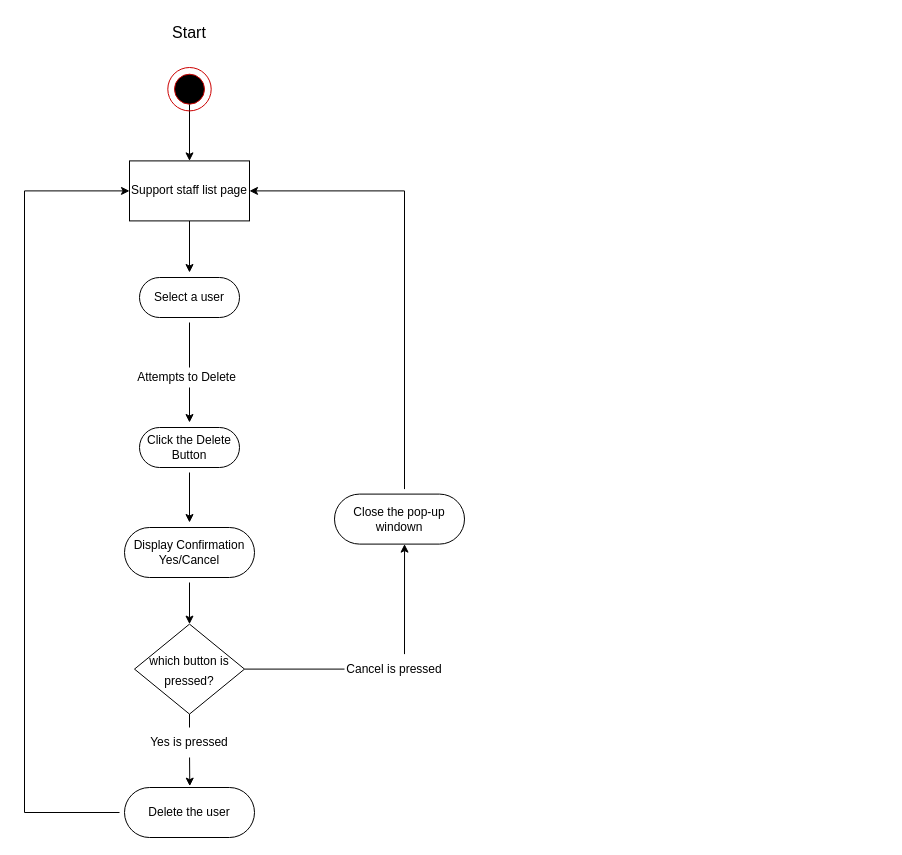
The draw.io diagram Activity_Diagrams/Support/DeleteSupportStaffAccount.drawio in Awrmani/AutoQuotes, before the edit. Source tidied: cells renumbered, new cells numbered last; positions are measured from the earlier drawing's top-left corner, leaving out a move shared by most shapes. Both pictures are drawn from the tidied source at 100%, with x=0, y=0 at pixel (24, 17).
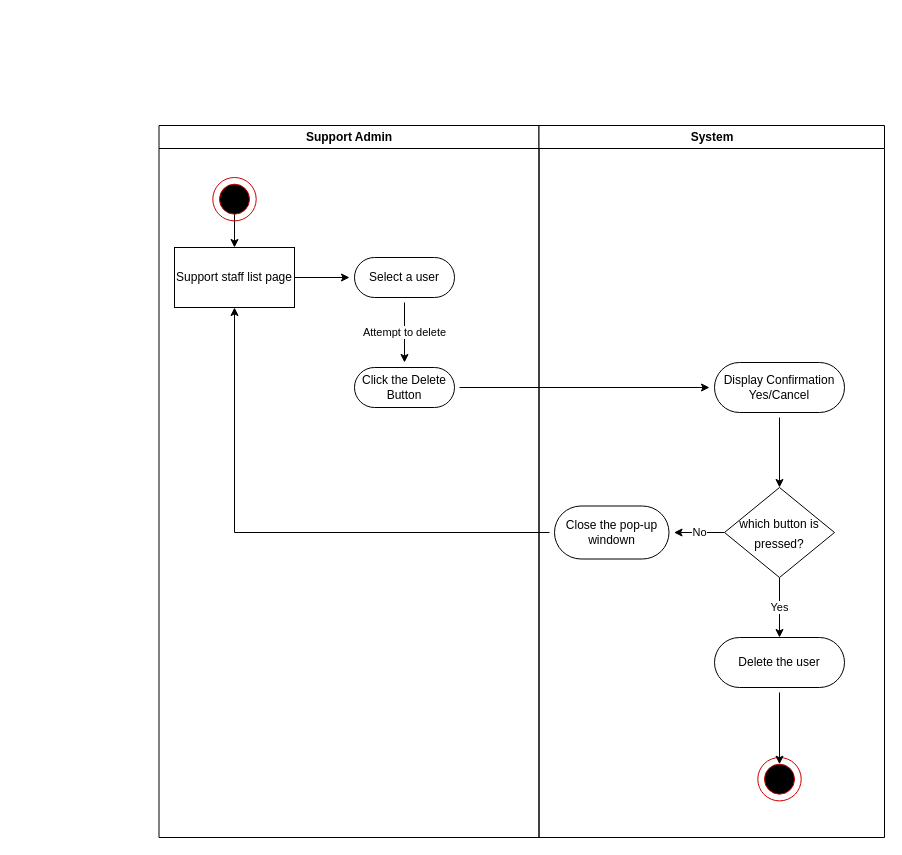
The same diagram, later.

Diff of the diagram source:
```diff
@@
-    <mxCell id="2" style="edgeStyle=orthogonalEdgeStyle;rounded=0;jettySize=auto;html=1;fontSize=12;entryX=0.502;entryY=0.061;entryDx=0;entryDy=0;entryPerimeter=0;" parent="1" edge="1" source="17" target="23">
-      <mxGeometry relative="1" as="geometry" />
-    </mxCell>
-    <mxCell id="3" style="edgeStyle=orthogonalEdgeStyle;rounded=0;jettySize=auto;html=1;entryX=0.5;entryY=0;entryDx=0;entryDy=0;fontSize=12;" parent="1" edge="1" source="21" target="11">
-      <mxGeometry relative="1" as="geometry" />
-    </mxCell>
+    <mxCell id="25" value="Support Admin " style="swimlane;whiteSpace=wrap;" parent="1" vertex="1">
+      <mxGeometry x="134.5" y="108" width="380" height="712" as="geometry" />
+    </mxCell>
-    <mxCell id="4" style="edgeStyle=orthogonalEdgeStyle;rounded=0;jettySize=auto;html=1;entryX=0.5;entryY=0;entryDx=0;entryDy=0;fontSize=12;" parent="1" edge="1" source="5" target="21">
+    <mxCell id="4" style="edgeStyle=orthogonalEdgeStyle;rounded=0;jettySize=auto;html=1;" parent="25" edge="1" source="5" target="21">
       <mxGeometry relative="1" as="geometry" />
     </mxCell>
-    <mxCell id="5" value="Support staff list page" style="rounded=0;whiteSpace=wrap;html=1;" parent="1" vertex="1">
-      <mxGeometry x="105" y="143.4" width="120" height="60" as="geometry" />
+    <mxCell id="5" value="Support staff list page" style="rounded=0;whiteSpace=wrap;html=1;" parent="25" vertex="1">
+      <mxGeometry x="15.5" y="122" width="120" height="60" as="geometry" />
     </mxCell>
-    <mxCell id="6" style="edgeStyle=orthogonalEdgeStyle;rounded=0;jettySize=auto;html=1;" parent="1" edge="1" source="9" target="5">
-      <mxGeometry relative="1" as="geometry" />
-    </mxCell>
-    <mxCell id="7" style="group;" parent="1" vertex="1">
-      <mxGeometry x="143.3" y="50" width="43.4" height="43.4" as="geometry" />
-    </mxCell>
-    <mxCell id="8" style="ellipse;whiteSpace=wrap;html=1;fillColor=none;strokeColor=#CC0000;" parent="7" vertex="1">
-      <mxGeometry width="43.4" height="43.4" as="geometry" />
-    </mxCell>
-    <mxCell id="9" style="ellipse;whiteSpace=wrap;html=1;fillColor=#000000;strokeColor=#CC0000;" parent="7" vertex="1">
-      <mxGeometry x="6.7" y="6.7" width="30" height="30" as="geometry" />
-    </mxCell>
-    <mxCell id="10" style="edgeStyle=orthogonalEdgeStyle;rounded=0;jettySize=auto;html=1;" parent="1" edge="1" source="11" target="14">
-      <mxGeometry relative="1" as="geometry" />
-    </mxCell>
+    <mxCell id="26" style="edgeStyle=orthogonalEdgeStyle;rounded=0;jettySize=auto;html=1;" parent="25" edge="1" source="29" target="5">
+      <mxGeometry relative="1" as="geometry" />
+    </mxCell>
+    <mxCell id="27" style="group;" parent="25" vertex="1">
+      <mxGeometry x="53.8" y="52" width="43.4" height="43.4" as="geometry" />
+    </mxCell>
+    <mxCell id="28" style="ellipse;whiteSpace=wrap;html=1;fillColor=none;strokeColor=#CC0000;" parent="27" vertex="1">
+      <mxGeometry width="43.4" height="43.4" as="geometry" />
+    </mxCell>
+    <mxCell id="29" style="ellipse;whiteSpace=wrap;html=1;fillColor=#000000;strokeColor=#CC0000;" parent="27" vertex="1">
+      <mxGeometry x="6.7" y="6.7" width="30" height="30" as="geometry" />
+    </mxCell>
+    <mxCell id="3" value="Attempt to delete" style="edgeStyle=orthogonalEdgeStyle;rounded=0;jettySize=auto;html=1;" parent="25" edge="1" source="21" target="11">
+      <mxGeometry relative="1" as="geometry" />
+    </mxCell>
+    <mxCell id="21" value="Select a user" style="rounded=1;whiteSpace=wrap;html=1;perimeterSpacing=5;arcSize=50;" parent="25" vertex="1">
+      <mxGeometry x="195.5" y="132" width="100" height="40" as="geometry" />
+    </mxCell>
-    <mxCell id="11" value="Click the Delete Button" style="rounded=1;whiteSpace=wrap;html=1;perimeterSpacing=5;arcSize=50;" parent="1" vertex="1">
-      <mxGeometry x="115" y="410" width="100" height="40" as="geometry" />
+    <mxCell id="11" value="Click the Delete Button" style="rounded=1;whiteSpace=wrap;html=1;perimeterSpacing=5;arcSize=50;" parent="25" vertex="1">
+      <mxGeometry x="195.5" y="242" width="100" height="40" as="geometry" />
     </mxCell>
+    <mxCell id="30" value="System" style="swimlane;whiteSpace=wrap;" parent="1" vertex="1">
+      <mxGeometry x="514.5" y="108" width="345.5" height="712" as="geometry" />
+    </mxCell>
-    <mxCell id="12" style="edgeStyle=orthogonalEdgeStyle;rounded=0;jettySize=auto;html=1;entryX=0.5;entryY=0;entryDx=0;entryDy=0;fontSize=12;" parent="1" edge="1" source="14" target="17">
+    <mxCell id="12" style="edgeStyle=orthogonalEdgeStyle;rounded=0;jettySize=auto;html=1;" parent="30" edge="1" source="14" target="17">
       <mxGeometry relative="1" as="geometry" />
     </mxCell>
-    <mxCell id="13" value="Attempts to Delete" style="text;html=1;align=center;verticalAlign=middle;whiteSpace=wrap;rounded=0;fillColor=default;" parent="1" vertex="1">
-      <mxGeometry x="105" y="350" width="115" height="20" as="geometry" />
-    </mxCell>
-    <mxCell id="14" value="Display Confirmation Yes/Cancel" style="rounded=1;whiteSpace=wrap;html=1;perimeterSpacing=5;arcSize=50;" parent="1" vertex="1">
-      <mxGeometry x="100" y="510" width="130" height="50" as="geometry" />
+    <mxCell id="14" value="Display Confirmation Yes/Cancel" style="rounded=1;whiteSpace=wrap;html=1;perimeterSpacing=5;arcSize=50;" parent="30" vertex="1">
+      <mxGeometry x="175.5" y="237" width="130" height="50" as="geometry" />
     </mxCell>
-    <mxCell id="15" value="&lt;font style=&quot;font-size: 16px;&quot;&gt;Start&lt;/font&gt;" style="text;html=1;strokeColor=none;fillColor=none;align=center;verticalAlign=middle;whiteSpace=wrap;rounded=0;" parent="1" vertex="1">
-      <mxGeometry x="135" width="60" height="30" as="geometry" />
-    </mxCell>
+    <mxCell id="31" value="Yes" style="edgeStyle=orthogonalEdgeStyle;rounded=0;jettySize=auto;html=1;" parent="30" edge="1" source="17">
+      <mxGeometry relative="1" as="geometry">
+        <mxPoint x="240.5" y="512" as="targetPoint" />
+      </mxGeometry>
+    </mxCell>
-    <mxCell id="16" style="edgeStyle=orthogonalEdgeStyle;rounded=0;jettySize=auto;html=1;entryX=0.536;entryY=0.917;entryDx=0;entryDy=0;entryPerimeter=0;fontSize=12;" parent="1" edge="1" source="17" target="19">
+    <mxCell id="16" value="No" style="edgeStyle=orthogonalEdgeStyle;rounded=0;jettySize=auto;html=1;" parent="30" edge="1" source="17" target="19">
       <mxGeometry relative="1" as="geometry" />
     </mxCell>
-    <mxCell id="17" value="&lt;span style=&quot;font-size: 12px;&quot;&gt;which button is pressed?&lt;/span&gt;" style="rhombus;whiteSpace=wrap;html=1;fontSize=16;strokeColor=default;fillColor=default;" parent="1" vertex="1">
-      <mxGeometry x="110" y="606.6" width="110" height="90" as="geometry" />
+    <mxCell id="17" value="&lt;span style=&quot;font-size: 12px;&quot;&gt;which button is pressed?&lt;/span&gt;" style="rhombus;whiteSpace=wrap;html=1;fontSize=16;strokeColor=default;fillColor=default;" parent="30" vertex="1">
+      <mxGeometry x="185.5" y="362" width="110" height="90" as="geometry" />
     </mxCell>
+    <mxCell id="19" value="Close the pop-up windown" style="rounded=1;whiteSpace=wrap;html=1;perimeterSpacing=5;arcSize=50;" parent="30" vertex="1">
+      <mxGeometry x="15.5" y="380.5" width="114.5" height="53" as="geometry" />
+    </mxCell>
+    <mxCell id="32" style="group;" parent="30" vertex="1">
+      <mxGeometry x="218.8" y="632" width="43.4" height="43.4" as="geometry" />
+    </mxCell>
+    <mxCell id="33" style="ellipse;whiteSpace=wrap;html=1;fillColor=none;strokeColor=#CC0000;" parent="32" vertex="1">
+      <mxGeometry width="43.4" height="43.4" as="geometry" />
+    </mxCell>
+    <mxCell id="34" style="ellipse;whiteSpace=wrap;html=1;fillColor=#000000;strokeColor=#CC0000;" parent="32" vertex="1">
+      <mxGeometry x="6.7" y="6.7" width="30" height="30" as="geometry" />
+    </mxCell>
+    <mxCell id="35" style="edgeStyle=orthogonalEdgeStyle;rounded=0;jettySize=auto;html=1;" parent="30" edge="1" source="23" target="34">
+      <mxGeometry relative="1" as="geometry" />
+    </mxCell>
+    <mxCell id="23" value="Delete the user" style="rounded=1;whiteSpace=wrap;html=1;perimeterSpacing=5;arcSize=50;" parent="30" vertex="1">
+      <mxGeometry x="175.5" y="512" width="130" height="50" as="geometry" />
+    </mxCell>
+    <mxCell id="10" style="edgeStyle=orthogonalEdgeStyle;rounded=0;jettySize=auto;html=1;" parent="1" edge="1" source="11" target="14">
+      <mxGeometry relative="1" as="geometry" />
+    </mxCell>
-    <mxCell id="18" style="edgeStyle=orthogonalEdgeStyle;rounded=0;jettySize=auto;html=1;entryX=1;entryY=0.5;entryDx=0;entryDy=0;fontSize=12;" parent="1" edge="1" source="19" target="5">
-      <mxGeometry relative="1" as="geometry">
-        <Array as="points">
-          <mxPoint x="380" y="173" />
-        </Array>
-      </mxGeometry>
+    <mxCell id="18" style="edgeStyle=orthogonalEdgeStyle;rounded=0;jettySize=auto;html=1;entryX=0.5;entryY=1;entryDx=0;entryDy=0;" parent="1" edge="1" source="19" target="5">
+      <mxGeometry relative="1" as="geometry" />
     </mxCell>
-    <mxCell id="19" value="Close the pop-up windown" style="rounded=1;whiteSpace=wrap;html=1;perimeterSpacing=5;arcSize=50;" parent="1" vertex="1">
-      <mxGeometry x="310" y="476.6" width="130" height="50" as="geometry" />
-    </mxCell>
-    <mxCell id="20" value="Cancel is pressed" style="text;html=1;strokeColor=none;fillColor=default;align=center;verticalAlign=middle;whiteSpace=wrap;rounded=0;fontSize=12;" parent="1" vertex="1">
-      <mxGeometry x="320" y="636.6" width="100" height="30" as="geometry" />
-    </mxCell>
-    <mxCell id="21" value="Select a user" style="rounded=1;whiteSpace=wrap;html=1;perimeterSpacing=5;arcSize=50;" parent="1" vertex="1">
-      <mxGeometry x="115" y="260" width="100" height="40" as="geometry" />
-    </mxCell>
-    <mxCell id="22" style="edgeStyle=orthogonalEdgeStyle;rounded=0;jettySize=auto;html=1;entryX=0;entryY=0.5;entryDx=0;entryDy=0;fontSize=12;" parent="1" edge="1" source="23" target="5">
-      <mxGeometry relative="1" as="geometry">
-        <Array as="points">
-          <mxPoint y="795" />
-          <mxPoint y="173" />
-        </Array>
-      </mxGeometry>
-    </mxCell>
-    <mxCell id="23" value="Delete the user" style="rounded=1;whiteSpace=wrap;html=1;perimeterSpacing=5;arcSize=50;" parent="1" vertex="1">
-      <mxGeometry x="100" y="770" width="130" height="50" as="geometry" />
-    </mxCell>
-    <mxCell id="24" value="Yes is pressed" style="text;html=1;strokeColor=none;fillColor=default;align=center;verticalAlign=middle;whiteSpace=wrap;rounded=0;fontSize=12;" parent="1" vertex="1">
-      <mxGeometry x="115" y="710" width="100" height="30" as="geometry" />
-    </mxCell>
```
